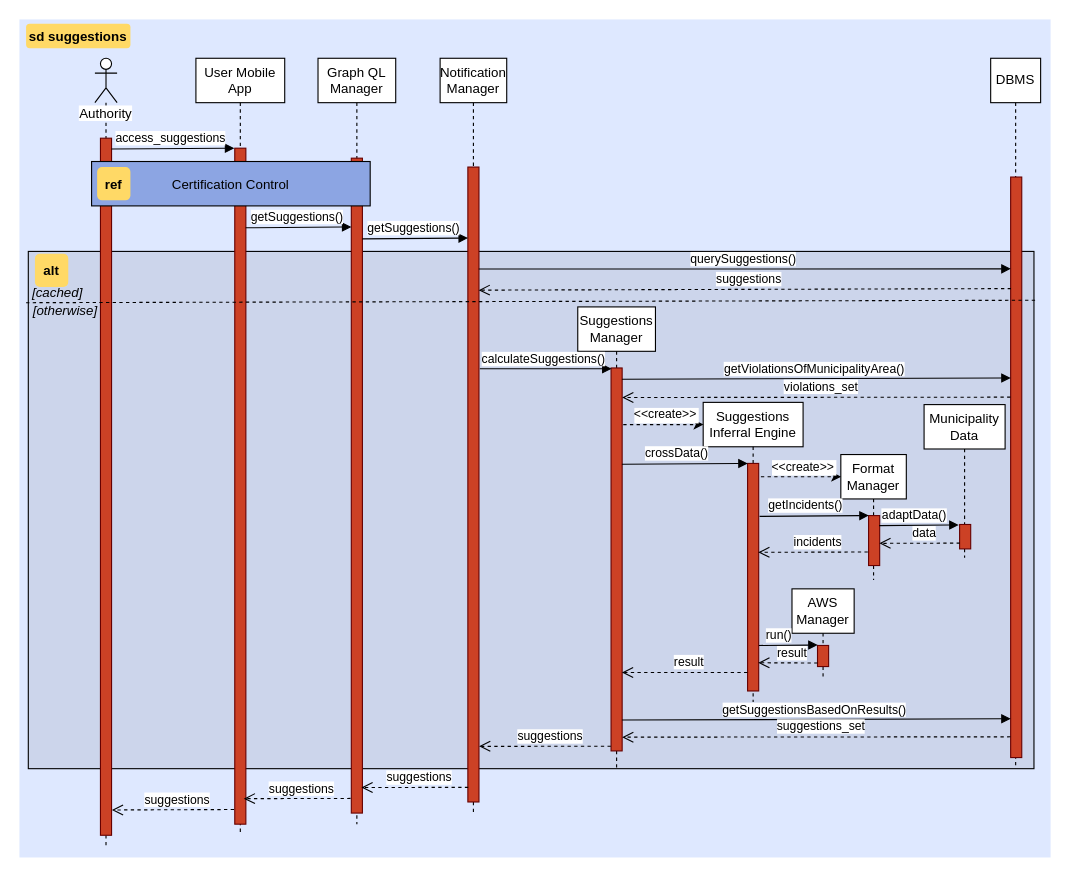
Above: page "suggestions access" (7 of 7) of DD/sequence diagrams.drawio in comidan/SafeStreets (draw.io), before the change. Source tidied: cells renumbered, new cells numbered last; positions are measured from the earlier drawing's top-left corner, leaving out a move shared by most shapes. Both pictures are drawn from the tidied source at 111%, with x=0, y=0 at pixel (19, 19).
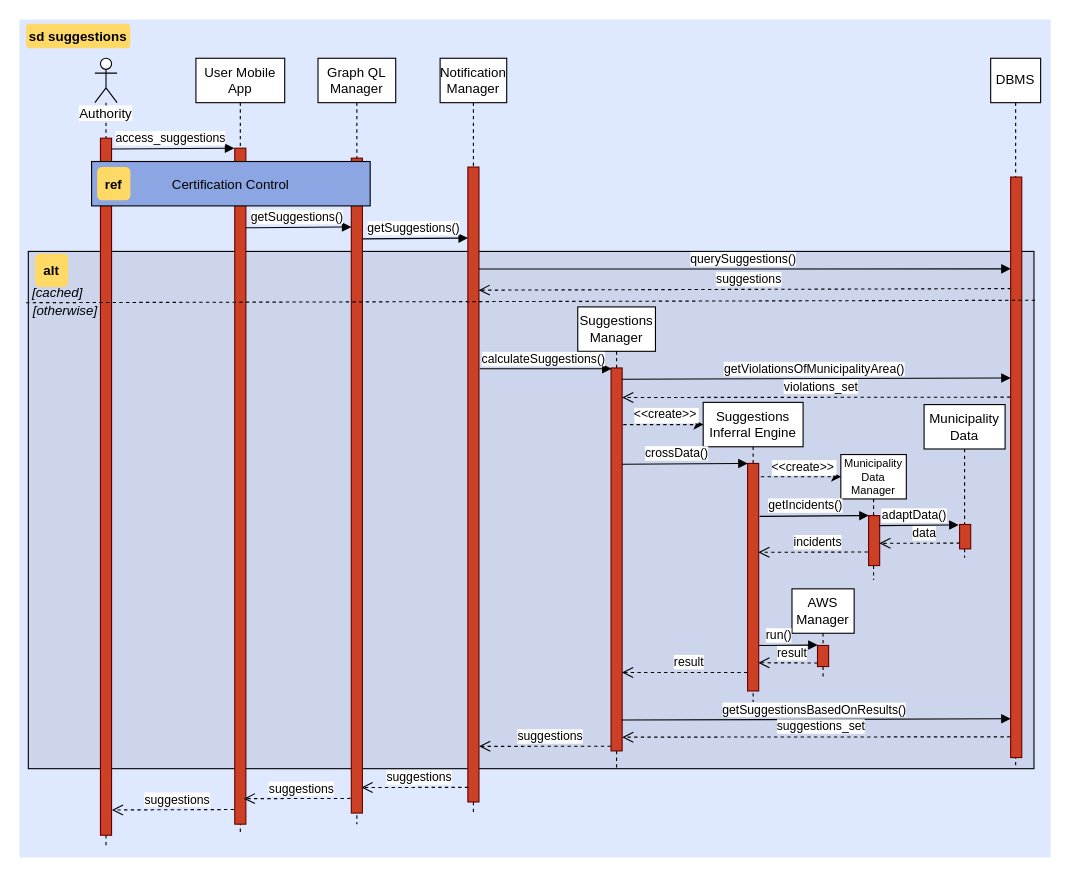
The same diagram, later.

Diff of the diagram source:
```diff
@@
-    <mxCell id="38" value="Format Manager" style="shape=umlLifeline;perimeter=lifelinePerimeter;whiteSpace=wrap;html=1;" parent="1" vertex="1">
+    <mxCell id="38" value="Municipality Data Manager" style="shape=umlLifeline;perimeter=lifelinePerimeter;whiteSpace=wrap;html=1;fontSize=10;" parent="1" vertex="1">
       <mxGeometry x="740" y="392" width="59" height="113" as="geometry" />
     </mxCell>
```
